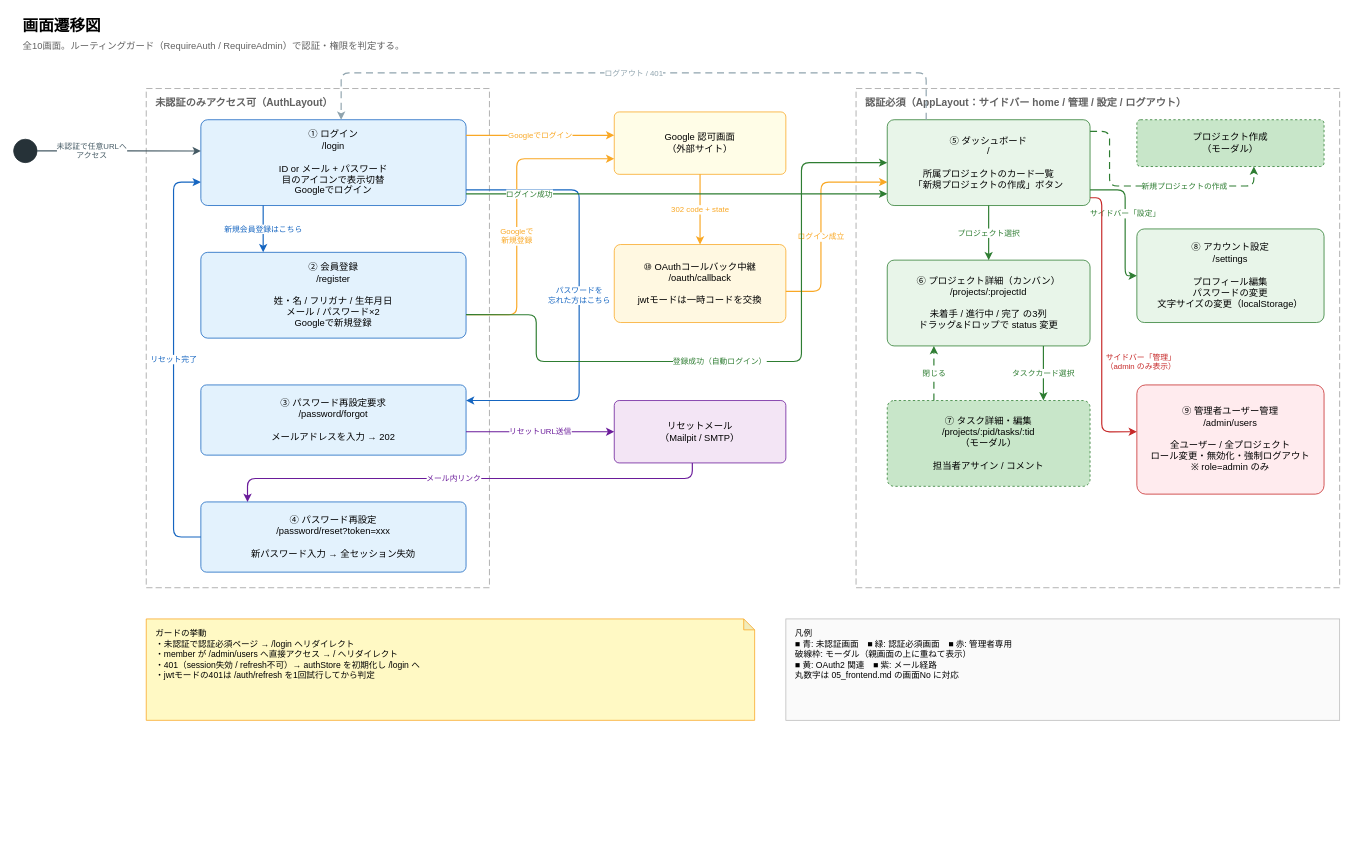
This is basic_design/diagrams/04_screen_flow.drawio from oikawa-d/task_management, a draw.io file, before an edit. Source tidied: cells renumbered, new cells numbered last; positions are measured from the earlier drawing's top-left corner, leaving out a move shared by most shapes. Both pictures are drawn from the tidied source at 78%, with x=0, y=0 at pixel (13, 13).
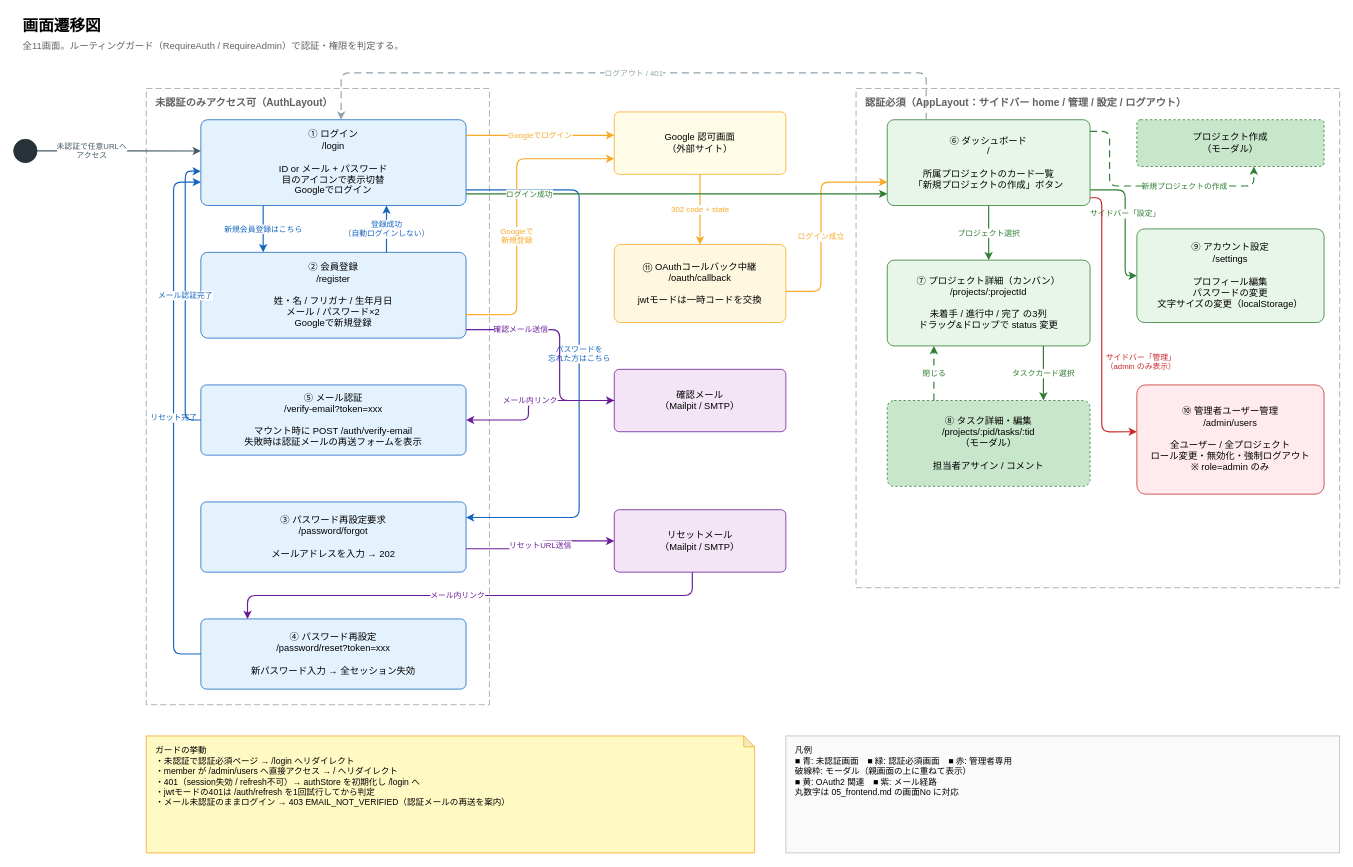
Above is the later version.

Unchanged cells that the change refers to:
```xml
<mxCell id="6" value="① ログイン&lt;br&gt;/login&lt;br&gt;&lt;br&gt;ID or メール + パスワード&lt;br&gt;目のアイコンで表示切替&lt;br&gt;Googleでログイン" style="rounded=1;arcSize=8;whiteSpace=wrap;html=1;fillColor=#E3F2FD;strokeColor=#1565C0;align=center;verticalAlign=middle;fontFamily=Helvetica;fontSize=12;" parent="1" vertex="1">
  <mxGeometry x="240" y="136" width="340" height="110" as="geometry" />
</mxCell>
<mxCell id="7" value="② 会員登録&lt;br&gt;/register&lt;br&gt;&lt;br&gt;姓・名 / フリガナ / 生年月日&lt;br&gt;メール / パスワード×2&lt;br&gt;Googleで新規登録" style="rounded=1;arcSize=8;whiteSpace=wrap;html=1;fillColor=#E3F2FD;strokeColor=#1565C0;align=center;verticalAlign=middle;fontFamily=Helvetica;fontSize=12;" parent="1" vertex="1">
  <mxGeometry x="240" y="306" width="340" height="110" as="geometry" />
</mxCell>
```

Diff of the diagram source:
```diff
@@
-    <mxCell id="3" value="全10画面。ルーティングガード（RequireAuth / RequireAdmin）で認証・権限を判定する。" style="text;html=1;strokeColor=none;fillColor=none;align=left;verticalAlign=middle;fontSize=12;fontColor=#616161;" parent="1" vertex="1">
+    <mxCell id="3" value="全11画面。ルーティングガード（RequireAuth / RequireAdmin）で認証・権限を判定する。" style="text;html=1;strokeColor=none;fillColor=none;align=left;verticalAlign=middle;fontSize=12;fontColor=#616161;" parent="1" vertex="1">
       <mxGeometry x="10" y="32" width="900" height="20" as="geometry" />
     </mxCell>
@@
     <mxCell id="5" value="未認証のみアクセス可（AuthLayout）" style="rounded=0;whiteSpace=wrap;html=1;fillColor=none;strokeColor=#9E9E9E;dashed=1;dashPattern=8 4;verticalAlign=top;align=left;spacingLeft=10;spacingTop=4;fontSize=13;fontStyle=1;fontColor=#616161;" parent="1" vertex="1">
-      <mxGeometry x="170" y="96" width="440" height="640" as="geometry" />
+      <mxGeometry x="170" y="96" width="440" height="790" as="geometry" />
     </mxCell>
@@
     <mxCell id="8" value="③ パスワード再設定要求&lt;br&gt;/password/forgot&lt;br&gt;&lt;br&gt;メールアドレスを入力 → 202" style="rounded=1;arcSize=8;whiteSpace=wrap;html=1;fillColor=#E3F2FD;strokeColor=#1565C0;align=center;verticalAlign=middle;fontFamily=Helvetica;fontSize=12;" parent="1" vertex="1">
-      <mxGeometry x="240" y="476" width="340" height="90" as="geometry" />
+      <mxGeometry x="240" y="626" width="340" height="90" as="geometry" />
     </mxCell>
     <mxCell id="9" value="④ パスワード再設定&lt;br&gt;/password/reset?token=xxx&lt;br&gt;&lt;br&gt;新パスワード入力 → 全セッション失効" style="rounded=1;arcSize=8;whiteSpace=wrap;html=1;fillColor=#E3F2FD;strokeColor=#1565C0;align=center;verticalAlign=middle;fontFamily=Helvetica;fontSize=12;" parent="1" vertex="1">
-      <mxGeometry x="240" y="626" width="340" height="90" as="geometry" />
+      <mxGeometry x="240" y="776" width="340" height="90" as="geometry" />
     </mxCell>
@@
-    <mxCell id="11" value="⑩ OAuthコールバック中継&lt;br&gt;/oauth/callback&lt;br&gt;&lt;br&gt;jwtモードは一時コードを交換" style="rounded=1;arcSize=8;whiteSpace=wrap;html=1;fillColor=#FFF8E1;strokeColor=#F9A825;align=center;verticalAlign=middle;fontFamily=Helvetica;fontSize=12;" parent="1" vertex="1">
+    <mxCell id="11" value="⑪ OAuthコールバック中継&lt;br&gt;/oauth/callback&lt;br&gt;&lt;br&gt;jwtモードは一時コードを交換" style="rounded=1;arcSize=8;whiteSpace=wrap;html=1;fillColor=#FFF8E1;strokeColor=#F9A825;align=center;verticalAlign=middle;fontFamily=Helvetica;fontSize=12;" parent="1" vertex="1">
       <mxGeometry x="770" y="296" width="220" height="100" as="geometry" />
     </mxCell>
     <mxCell id="12" value="リセットメール&lt;br&gt;（Mailpit / SMTP）" style="rounded=1;arcSize=8;whiteSpace=wrap;html=1;fillColor=#F3E5F5;strokeColor=#6A1B9A;align=center;verticalAlign=middle;fontFamily=Helvetica;fontSize=12;" parent="1" vertex="1">
-      <mxGeometry x="770" y="496" width="220" height="80" as="geometry" />
+      <mxGeometry x="770" y="636" width="220" height="80" as="geometry" />
     </mxCell>
@@
-    <mxCell id="14" value="⑤ ダッシュボード&lt;br&gt;/&lt;br&gt;&lt;br&gt;所属プロジェクトのカード一覧&lt;br&gt;「新規プロジェクトの作成」ボタン" style="rounded=1;arcSize=8;whiteSpace=wrap;html=1;fillColor=#E8F5E9;strokeColor=#2E7D32;align=center;verticalAlign=middle;fontFamily=Helvetica;fontSize=12;" parent="1" vertex="1">
+    <mxCell id="14" value="⑥ ダッシュボード&lt;br&gt;/&lt;br&gt;&lt;br&gt;所属プロジェクトのカード一覧&lt;br&gt;「新規プロジェクトの作成」ボタン" style="rounded=1;arcSize=8;whiteSpace=wrap;html=1;fillColor=#E8F5E9;strokeColor=#2E7D32;align=center;verticalAlign=middle;fontFamily=Helvetica;fontSize=12;" parent="1" vertex="1">
       <mxGeometry x="1120" y="136" width="260" height="110" as="geometry" />
     </mxCell>
-    <mxCell id="15" value="⑥ プロジェクト詳細（カンバン）&lt;br&gt;/projects/:projectId&lt;br&gt;&lt;br&gt;未着手 / 進行中 / 完了 の3列&lt;br&gt;ドラッグ&amp;ドロップで status 変更" style="rounded=1;arcSize=8;whiteSpace=wrap;html=1;fillColor=#E8F5E9;strokeColor=#2E7D32;align=center;verticalAlign=middle;fontFamily=Helvetica;fontSize=12;" parent="1" vertex="1">
+    <mxCell id="15" value="⑦ プロジェクト詳細（カンバン）&lt;br&gt;/projects/:projectId&lt;br&gt;&lt;br&gt;未着手 / 進行中 / 完了 の3列&lt;br&gt;ドラッグ&amp;ドロップで status 変更" style="rounded=1;arcSize=8;whiteSpace=wrap;html=1;fillColor=#E8F5E9;strokeColor=#2E7D32;align=center;verticalAlign=middle;fontFamily=Helvetica;fontSize=12;" parent="1" vertex="1">
       <mxGeometry x="1120" y="316" width="260" height="110" as="geometry" />
     </mxCell>
-    <mxCell id="16" value="⑦ タスク詳細・編集&lt;br&gt;/projects/:pid/tasks/:tid&lt;br&gt;（モーダル）&lt;br&gt;&lt;br&gt;担当者アサイン / コメント" style="rounded=1;arcSize=8;whiteSpace=wrap;html=1;fillColor=#C8E6C9;strokeColor=#2E7D32;align=center;verticalAlign=middle;fontFamily=Helvetica;fontSize=12;dashed=1;" parent="1" vertex="1">
+    <mxCell id="16" value="⑧ タスク詳細・編集&lt;br&gt;/projects/:pid/tasks/:tid&lt;br&gt;（モーダル）&lt;br&gt;&lt;br&gt;担当者アサイン / コメント" style="rounded=1;arcSize=8;whiteSpace=wrap;html=1;fillColor=#C8E6C9;strokeColor=#2E7D32;align=center;verticalAlign=middle;fontFamily=Helvetica;fontSize=12;dashed=1;" parent="1" vertex="1">
       <mxGeometry x="1120" y="496" width="260" height="110" as="geometry" />
     </mxCell>
@@
-    <mxCell id="18" value="⑧ アカウント設定&lt;br&gt;/settings&lt;br&gt;&lt;br&gt;プロフィール編集&lt;br&gt;パスワードの変更&lt;br&gt;文字サイズの変更（localStorage）" style="rounded=1;arcSize=8;whiteSpace=wrap;html=1;fillColor=#E8F5E9;strokeColor=#2E7D32;align=center;verticalAlign=middle;fontFamily=Helvetica;fontSize=12;" parent="1" vertex="1">
+    <mxCell id="18" value="⑨ アカウント設定&lt;br&gt;/settings&lt;br&gt;&lt;br&gt;プロフィール編集&lt;br&gt;パスワードの変更&lt;br&gt;文字サイズの変更（localStorage）" style="rounded=1;arcSize=8;whiteSpace=wrap;html=1;fillColor=#E8F5E9;strokeColor=#2E7D32;align=center;verticalAlign=middle;fontFamily=Helvetica;fontSize=12;" parent="1" vertex="1">
       <mxGeometry x="1440" y="276" width="240" height="120" as="geometry" />
     </mxCell>
-    <mxCell id="19" value="⑨ 管理者ユーザー管理&lt;br&gt;/admin/users&lt;br&gt;&lt;br&gt;全ユーザー / 全プロジェクト&lt;br&gt;ロール変更・無効化・強制ログアウト&lt;br&gt;※ role=admin のみ" style="rounded=1;arcSize=8;whiteSpace=wrap;html=1;fillColor=#FFEBEE;strokeColor=#C62828;align=center;verticalAlign=middle;fontFamily=Helvetica;fontSize=12;" parent="1" vertex="1">
+    <mxCell id="19" value="⑩ 管理者ユーザー管理&lt;br&gt;/admin/users&lt;br&gt;&lt;br&gt;全ユーザー / 全プロジェクト&lt;br&gt;ロール変更・無効化・強制ログアウト&lt;br&gt;※ role=admin のみ" style="rounded=1;arcSize=8;whiteSpace=wrap;html=1;fillColor=#FFEBEE;strokeColor=#C62828;align=center;verticalAlign=middle;fontFamily=Helvetica;fontSize=12;" parent="1" vertex="1">
       <mxGeometry x="1440" y="476" width="240" height="140" as="geometry" />
     </mxCell>
+    <mxCell id="41" value="⑤ メール認証&lt;br&gt;/verify-email?token=xxx&lt;br&gt;&lt;br&gt;マウント時に POST /auth/verify-email&lt;br&gt;失敗時は認証メールの再送フォームを表示" style="rounded=1;arcSize=8;whiteSpace=wrap;html=1;fillColor=#E3F2FD;strokeColor=#1565C0;align=center;verticalAlign=middle;fontFamily=Helvetica;fontSize=12;" parent="1" vertex="1">
+      <mxGeometry x="240" y="476" width="340" height="90" as="geometry" />
+    </mxCell>
+    <mxCell id="42" value="確認メール&lt;br&gt;（Mailpit / SMTP）" style="rounded=1;arcSize=8;whiteSpace=wrap;html=1;fillColor=#F3E5F5;strokeColor=#6A1B9A;align=center;verticalAlign=middle;fontFamily=Helvetica;fontSize=12;" parent="1" vertex="1">
+      <mxGeometry x="770" y="456" width="220" height="80" as="geometry" />
+    </mxCell>
@@
     <mxCell id="22" value="パスワードを&lt;br&gt;忘れた方はこちら" style="edgeStyle=orthogonalEdgeStyle;rounded=1;html=1;jettySize=auto;strokeColor=#1565C0;strokeWidth=1.5;fontSize=10;fontColor=#1565C0;labelBackgroundColor=#FFFFFF;exitX=1;exitY=0.818;exitDx=0;exitDy=0;entryX=1;entryY=0.222;entryDx=0;entryDy=0;" parent="1" edge="1" source="6" target="8">
       <mxGeometry relative="1" as="geometry">
         <Array as="points">
           <mxPoint x="725" y="226" />
-          <mxPoint x="725" y="496" />
+          <mxPoint x="725" y="646" />
         </Array>
       </mxGeometry>
     </mxCell>
     <mxCell id="23" value="リセットURL送信" style="edgeStyle=orthogonalEdgeStyle;rounded=1;html=1;jettySize=auto;strokeColor=#6A1B9A;strokeWidth=1.5;fontSize=10;fontColor=#6A1B9A;labelBackgroundColor=#FFFFFF;exitX=1;exitY=0.667;exitDx=0;exitDy=0;entryX=0;entryY=0.5;entryDx=0;entryDy=0;" parent="1" edge="1" source="8" target="12">
       <mxGeometry relative="1" as="geometry">
         <Array as="points">
-          <mxPoint x="675" y="536" />
+          <mxPoint x="675" y="676" />
         </Array>
       </mxGeometry>
     </mxCell>
     <mxCell id="24" value="メール内リンク" style="edgeStyle=orthogonalEdgeStyle;rounded=1;html=1;jettySize=auto;strokeColor=#6A1B9A;strokeWidth=1.5;fontSize=10;fontColor=#6A1B9A;labelBackgroundColor=#FFFFFF;exitX=0.455;exitY=1;exitDx=0;exitDy=0;entryX=0.176;entryY=0;entryDx=0;entryDy=0;" parent="1" edge="1" source="12" target="9">
       <mxGeometry x="0.05" relative="1" as="geometry">
         <Array as="points">
-          <mxPoint x="870" y="596" />
-          <mxPoint x="300" y="596" />
+          <mxPoint x="870" y="746" />
+          <mxPoint x="300" y="746" />
         </Array>
       </mxGeometry>
     </mxCell>
     <mxCell id="25" value="リセット完了" style="edgeStyle=orthogonalEdgeStyle;rounded=1;html=1;jettySize=auto;strokeColor=#1565C0;strokeWidth=1.5;fontSize=10;fontColor=#1565C0;labelBackgroundColor=#FFFFFF;exitX=0;exitY=0.5;exitDx=0;exitDy=0;entryX=0;entryY=0.727;entryDx=0;entryDy=0;" parent="1" edge="1" source="9" target="6">
       <mxGeometry relative="1" as="geometry">
         <Array as="points">
-          <mxPoint x="205" y="671" />
+          <mxPoint x="205" y="821" />
           <mxPoint x="205" y="216" />
         </Array>
       </mxGeometry>
     </mxCell>
@@
-    <mxCell id="31" value="登録成功（自動ログイン）" style="edgeStyle=orthogonalEdgeStyle;rounded=1;html=1;jettySize=auto;strokeColor=#2E7D32;strokeWidth=1.5;fontSize=10;fontColor=#2E7D32;labelBackgroundColor=#FFFFFF;exitX=1;exitY=0.727;exitDx=0;exitDy=0;entryX=0;entryY=0.5;entryDx=0;entryDy=0;" parent="1" edge="1" source="7" target="14">
-      <mxGeometry x="-0.1" relative="1" as="geometry">
+    <mxCell id="31" value="登録成功&lt;br&gt;（自動ログインしない）" style="edgeStyle=orthogonalEdgeStyle;rounded=1;html=1;jettySize=auto;strokeColor=#1565C0;strokeWidth=1.5;fontSize=10;fontColor=#1565C0;labelBackgroundColor=#FFFFFF;exitX=0.7;exitY=0;exitDx=0;exitDy=0;entryX=0.7;entryY=1;entryDx=0;entryDy=0;" parent="1" edge="1" source="7" target="6">
+      <mxGeometry relative="1" as="geometry">
         <Array as="points">
-          <mxPoint x="670" y="386" />
-          <mxPoint x="670" y="446" />
-          <mxPoint x="1010" y="446" />
-          <mxPoint x="1010" y="191" />
+          <mxPoint x="478" y="276" />
         </Array>
       </mxGeometry>
     </mxCell>
+    <mxCell id="43" value="確認メール送信" style="edgeStyle=orthogonalEdgeStyle;rounded=1;html=1;jettySize=auto;strokeColor=#6A1B9A;strokeWidth=1.5;fontSize=10;fontColor=#6A1B9A;labelBackgroundColor=#FFFFFF;exitX=1;exitY=0.9;exitDx=0;exitDy=0;entryX=0;entryY=0.5;entryDx=0;entryDy=0;" parent="1" edge="1" source="7" target="42">
+      <mxGeometry x="-0.5" relative="1" as="geometry">
+        <Array as="points">
+          <mxPoint x="700" y="405" />
+          <mxPoint x="700" y="496" />
+        </Array>
+      </mxGeometry>
+    </mxCell>
+    <mxCell id="44" value="メール内リンク" style="edgeStyle=orthogonalEdgeStyle;rounded=1;html=1;jettySize=auto;strokeColor=#6A1B9A;strokeWidth=1.5;fontSize=10;fontColor=#6A1B9A;labelBackgroundColor=#FFFFFF;exitX=0;exitY=0.5;exitDx=0;exitDy=0;entryX=1;entryY=0.5;entryDx=0;entryDy=0;" parent="1" edge="1" source="42" target="41">
+      <mxGeometry relative="1" as="geometry">
+        <Array as="points">
+          <mxPoint x="660" y="496" />
+          <mxPoint x="660" y="521" />
+        </Array>
+      </mxGeometry>
+    </mxCell>
+    <mxCell id="45" value="メール認証完了" style="edgeStyle=orthogonalEdgeStyle;rounded=1;html=1;jettySize=auto;strokeColor=#1565C0;strokeWidth=1.5;fontSize=10;fontColor=#1565C0;labelBackgroundColor=#FFFFFF;exitX=0;exitY=0.5;exitDx=0;exitDy=0;entryX=0;entryY=0.6;entryDx=0;entryDy=0;" parent="1" edge="1" source="41" target="6">
+      <mxGeometry relative="1" as="geometry">
+        <Array as="points">
+          <mxPoint x="220" y="521" />
+          <mxPoint x="220" y="202" />
+        </Array>
+      </mxGeometry>
+    </mxCell>
@@
-    <mxCell id="39" value="ガードの挙動&lt;br&gt;・未認証で認証必須ページ → /login へリダイレクト&lt;br&gt;・member が /admin/users へ直接アクセス → / へリダイレクト&lt;br&gt;・401（session失効 / refresh不可）→ authStore を初期化し /login へ&lt;br&gt;・jwtモードの401は /auth/refresh を1回試行してから判定" style="shape=note;whiteSpace=wrap;html=1;backgroundOutline=1;darkOpacity=0.05;fillColor=#FFF9C4;strokeColor=#F9A825;align=left;verticalAlign=top;spacingLeft=10;spacingTop=6;size=14;fontSize=11;" parent="1" vertex="1">
-      <mxGeometry x="170" y="776" width="780" height="130" as="geometry" />
+    <mxCell id="39" value="ガードの挙動&lt;br&gt;・未認証で認証必須ページ → /login へリダイレクト&lt;br&gt;・member が /admin/users へ直接アクセス → / へリダイレクト&lt;br&gt;・401（session失効 / refresh不可）→ authStore を初期化し /login へ&lt;br&gt;・jwtモードの401は /auth/refresh を1回試行してから判定&lt;br&gt;・メール未認証のままログイン → 403 EMAIL_NOT_VERIFIED（認証メールの再送を案内）" style="shape=note;whiteSpace=wrap;html=1;backgroundOutline=1;darkOpacity=0.05;fillColor=#FFF9C4;strokeColor=#F9A825;align=left;verticalAlign=top;spacingLeft=10;spacingTop=6;size=14;fontSize=11;" parent="1" vertex="1">
+      <mxGeometry x="170" y="926" width="780" height="150" as="geometry" />
     </mxCell>
     <mxCell id="40" value="凡例&lt;br&gt;■ 青: 未認証画面　■ 緑: 認証必須画面　■ 赤: 管理者専用&lt;br&gt;破線枠: モーダル（親画面の上に重ねて表示）&lt;br&gt;■ 黄: OAuth2 関連　■ 紫: メール経路&lt;br&gt;丸数字は 05_frontend.md の画面No に対応" style="rounded=0;whiteSpace=wrap;html=1;fillColor=#FAFAFA;strokeColor=#BDBDBD;align=left;verticalAlign=top;spacingLeft=10;spacingTop=6;fontSize=11;" parent="1" vertex="1">
-      <mxGeometry x="990" y="776" width="710" height="130" as="geometry" />
+      <mxGeometry x="990" y="926" width="710" height="150" as="geometry" />
     </mxCell>
```
